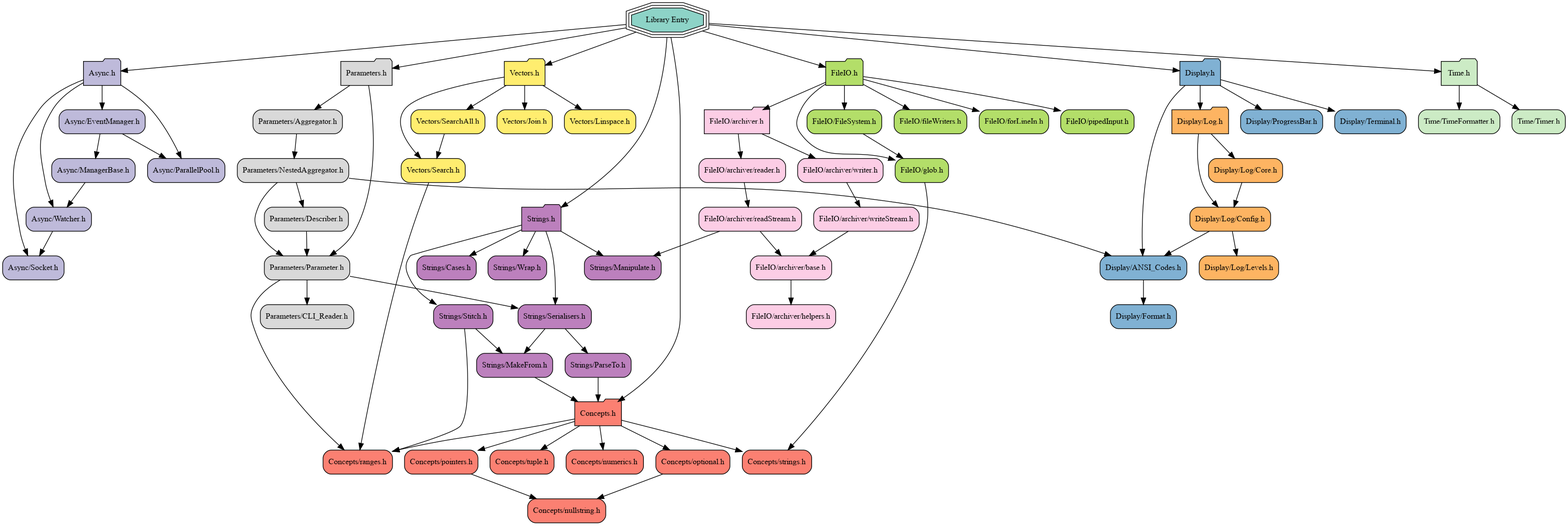
Earlier version of the Graphviz export docs/visualiser/network.png (DrFraserGovil/JSL). Its source is kept beside it as docs/visualiser/network.dot.
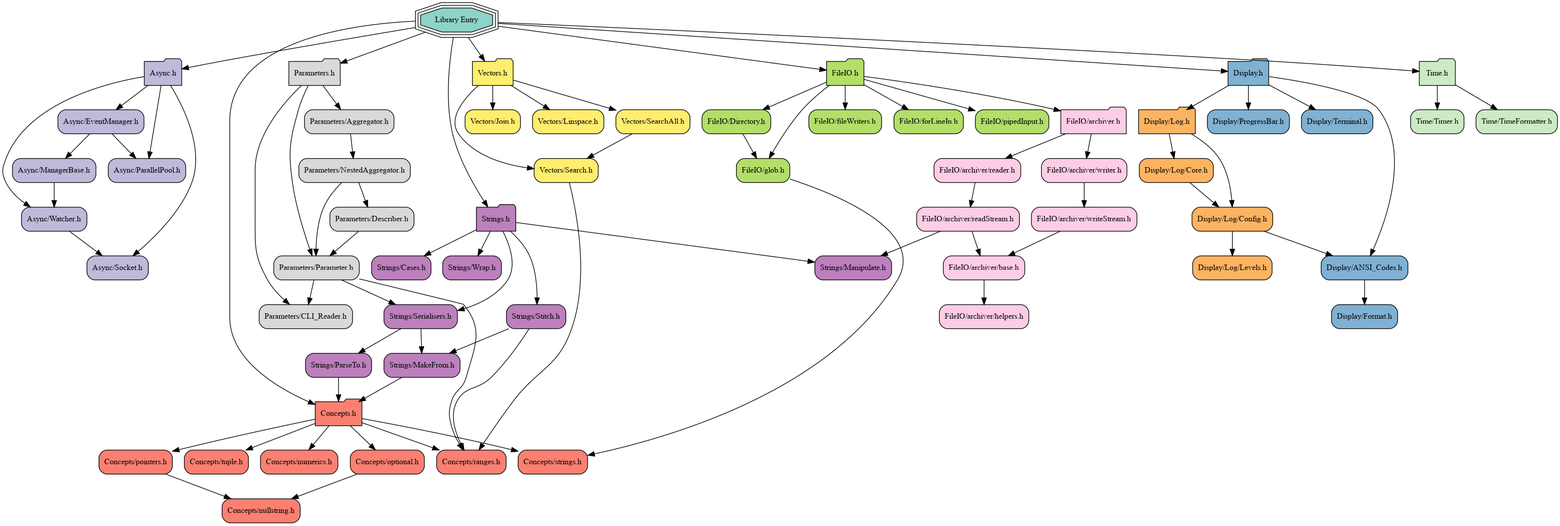
Above is the later version.

Change to the diagram source:
```diff
@@ -30,7 +30,7 @@
     node [fillcolor = "#80b1d3",shape="Mrecord", style = "filled"] "JSL/Display/ProgressBar.h"         [label = "Display/ProgressBar.h"]
     node [fillcolor = "#80b1d3",shape="Mrecord", style = "filled"] "JSL/Display/Terminal.h"            [label = "Display/Terminal.h"]
     node [fillcolor = "#b3de69", shape="folder", style = "filled"] "JSL/FileIO.h"                      [label = "FileIO.h"]
-    node [fillcolor = "#b3de69",shape="Mrecord", style = "filled"] "JSL/FileIO/FileSystem.h"           [label = "FileIO/FileSystem.h"]
+    node [fillcolor = "#b3de69",shape="Mrecord", style = "filled"] "JSL/FileIO/Directory.h"            [label = "FileIO/Directory.h"]
     node [fillcolor = "#fccde5", shape="folder", style = "filled"] "JSL/FileIO/archiver.h"             [label = "FileIO/archiver.h"]
     node [fillcolor = "#fccde5",shape="Mrecord", style = "filled"] "JSL/FileIO/archiver/base.h"        [label = "FileIO/archiver/base.h"]
     node [fillcolor = "#fccde5",shape="Mrecord", style = "filled"] "JSL/FileIO/archiver/helpers.h"     [label = "FileIO/archiver/helpers.h"]
@@ -100,12 +100,12 @@
     "JSL/Display/Log/Config.h"          -> "JSL/Display/ANSI_Codes.h"
     "JSL/Display/Log/Core.h"            -> "JSL/Display/Log/Config.h"
     "JSL/FileIO.h"                      -> "JSL/FileIO/forLineIn.h"
-    "JSL/FileIO.h"                      -> "JSL/FileIO/FileSystem.h"
+    "JSL/FileIO.h"                      -> "JSL/FileIO/Directory.h"
     "JSL/FileIO.h"                      -> "JSL/FileIO/fileWriters.h"
     "JSL/FileIO.h"                      -> "JSL/FileIO/pipedInput.h"
     "JSL/FileIO.h"                      -> "JSL/FileIO/archiver.h"
     "JSL/FileIO.h"                      -> "JSL/FileIO/glob.h"
-    "JSL/FileIO/FileSystem.h"           -> "JSL/FileIO/glob.h"
+    "JSL/FileIO/Directory.h"            -> "JSL/FileIO/glob.h"
     "JSL/FileIO/archiver.h"             -> "JSL/FileIO/archiver/writer.h"
     "JSL/FileIO/archiver.h"             -> "JSL/FileIO/archiver/reader.h"
     "JSL/FileIO/archiver/base.h"        -> "JSL/FileIO/archiver/helpers.h"
@@ -117,10 +117,10 @@
     "JSL/FileIO/glob.h"                       -> "JSL/Concepts/strings.h"[weight=0.3]
     "JSL/Parameters.h"                  -> "JSL/Parameters/Parameter.h"
     "JSL/Parameters.h"                  -> "JSL/Parameters/Aggregator.h"
+    "JSL/Parameters.h"                  -> "JSL/Parameters/CLI_Reader.h"
     "JSL/Parameters/Aggregator.h"       -> "JSL/Parameters/NestedAggregator.h"
     "JSL/Parameters/Describer.h"        -> "JSL/Parameters/Parameter.h"
     "JSL/Parameters/NestedAggregator.h" -> "JSL/Parameters/Parameter.h"
-    "JSL/Parameters/NestedAggregator.h" -> "JSL/Display/ANSI_Codes.h"
     "JSL/Parameters/NestedAggregator.h" -> "JSL/Parameters/Describer.h"
     "JSL/Parameters/Parameter.h"              -> "JSL/Concepts/ranges.h"[weight=0.3]
     "JSL/Parameters/Parameter.h"        -> "JSL/Strings/Serialisers.h"
```
